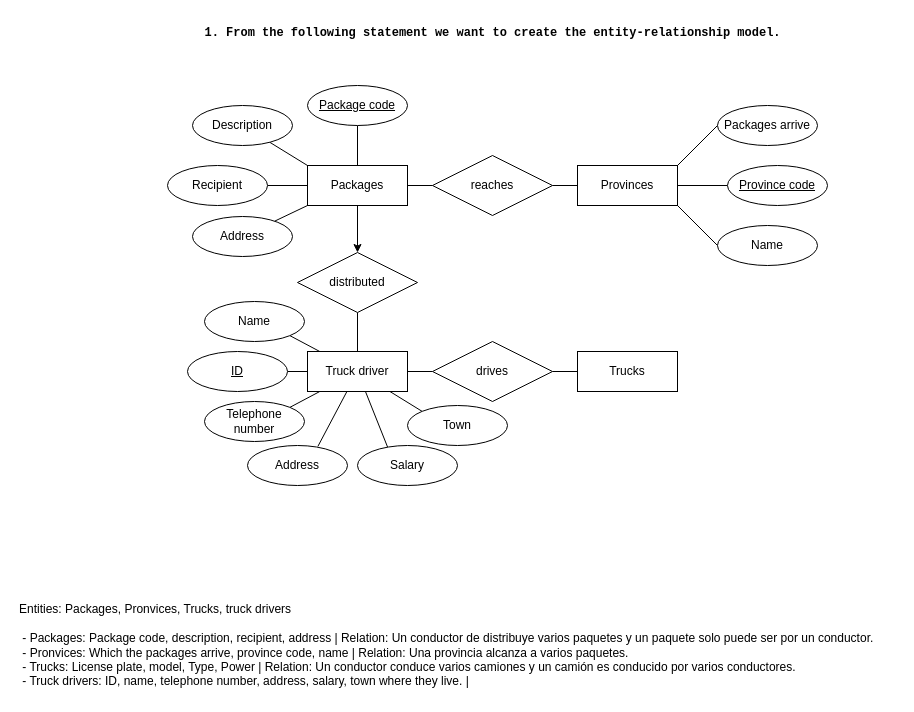
The draw.io diagram page "Exercise 1" (1 of 5) of ejercicio3.drawio in Maek0s/1DAM_Databases, before the edit. Source tidied: cells renumbered, new cells numbered last; positions are measured from the earlier drawing's top-left corner, leaving out a move shared by most shapes. Both pictures are drawn from the tidied source at 100%, with x=0, y=0 at pixel (17, 17).
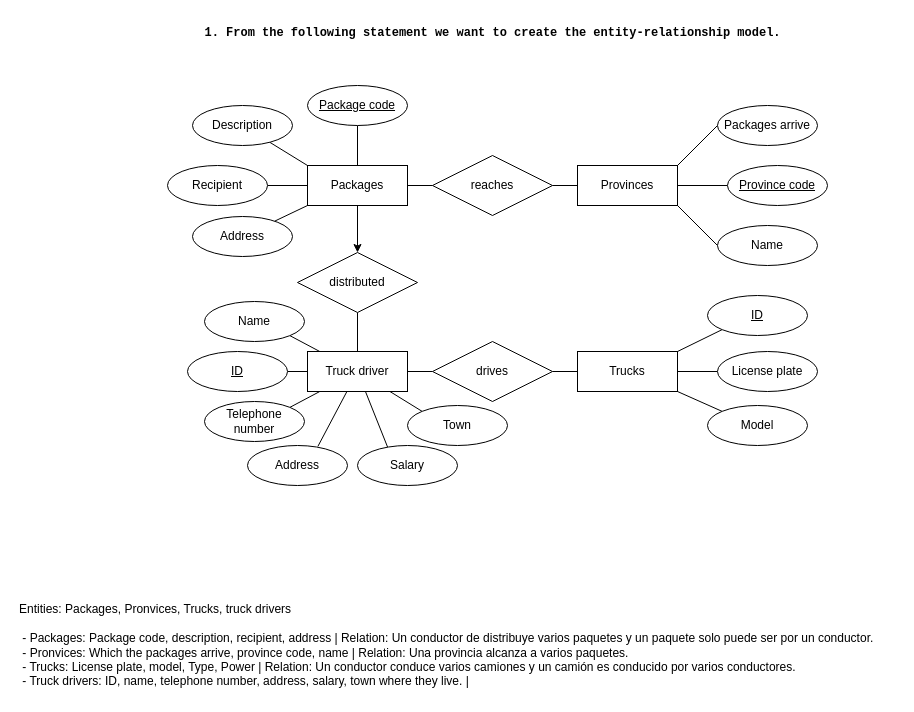
After the change.

The change refers to these unchanged cells:
```xml
<mxCell id="17" value="Trucks" style="whiteSpace=wrap;html=1;align=center;" parent="1" vertex="1">
  <mxGeometry x="560" y="334" width="100" height="40" as="geometry" />
</mxCell>
```

The edit, as a diff of the source:
```diff
@@
+    <mxCell id="43" style="rounded=0;jettySize=auto;html=1;entryX=0;entryY=0.5;entryDx=0;entryDy=0;endArrow=none;endFill=0;" parent="1" edge="1" source="17" target="47">
+      <mxGeometry relative="1" as="geometry" />
+    </mxCell>
+    <mxCell id="44" style="rounded=0;jettySize=auto;html=1;entryX=0;entryY=1;entryDx=0;entryDy=0;endArrow=none;endFill=0;exitX=1;exitY=0;exitDx=0;exitDy=0;" parent="1" edge="1" source="17" target="46">
+      <mxGeometry relative="1" as="geometry" />
+    </mxCell>
+    <mxCell id="45" style="rounded=0;jettySize=auto;html=1;entryX=0;entryY=0;entryDx=0;entryDy=0;endArrow=none;endFill=0;exitX=1;exitY=1;exitDx=0;exitDy=0;" parent="1" edge="1" source="17" target="48">
+      <mxGeometry relative="1" as="geometry" />
+    </mxCell>
@@
+    <mxCell id="46" value="ID" style="ellipse;whiteSpace=wrap;html=1;align=center;fontStyle=4;" parent="1" vertex="1">
+      <mxGeometry x="690" y="278" width="100" height="40" as="geometry" />
+    </mxCell>
+    <mxCell id="47" value="License plate" style="ellipse;whiteSpace=wrap;html=1;align=center;" parent="1" vertex="1">
+      <mxGeometry x="700" y="334" width="100" height="40" as="geometry" />
+    </mxCell>
+    <mxCell id="48" value="Model" style="ellipse;whiteSpace=wrap;html=1;align=center;" parent="1" vertex="1">
+      <mxGeometry x="690" y="388" width="100" height="40" as="geometry" />
+    </mxCell>
```
